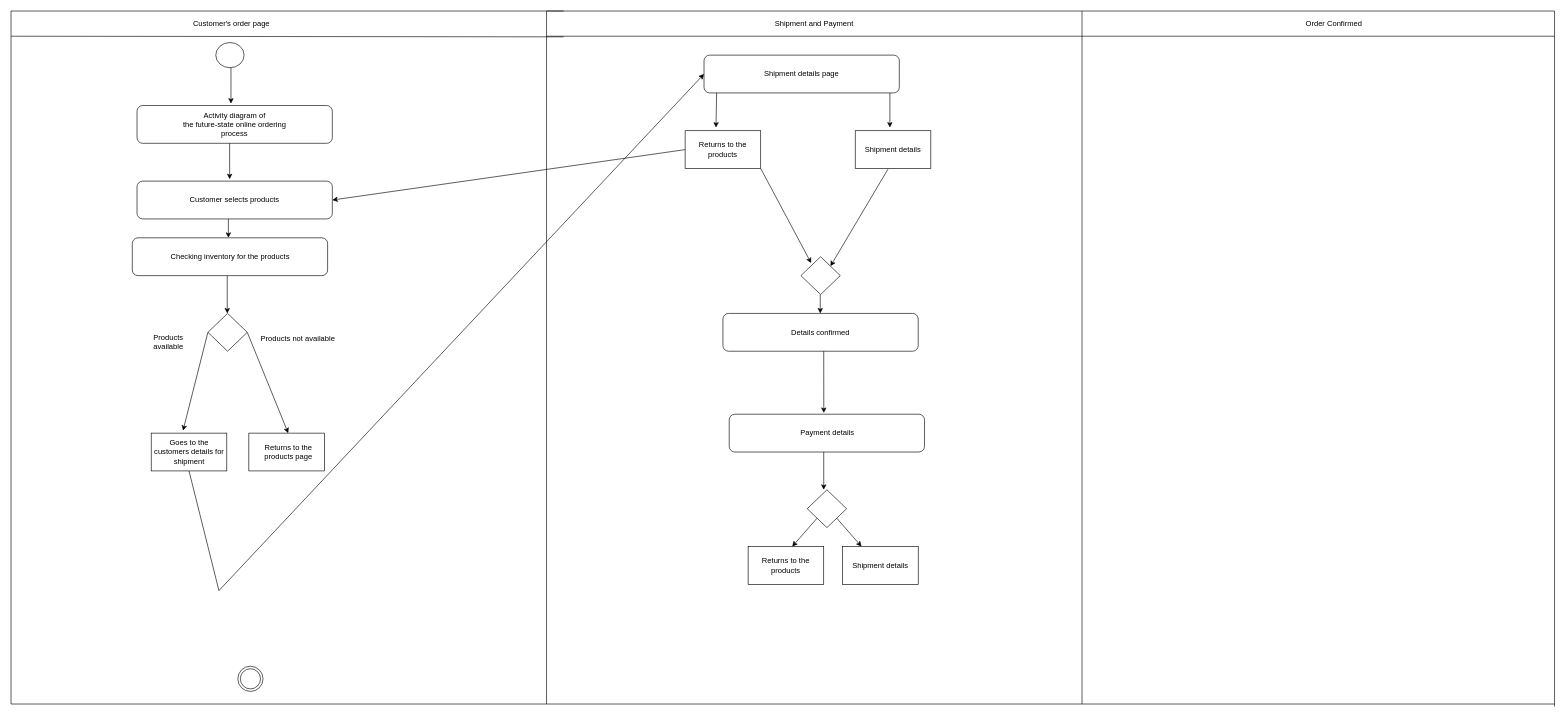
Earlier version of the draw.io diagram Untitled Diagram.drawio (TipperChristopher/.github.io.matahi). Source tidied: cells renumbered, new cells numbered last; positions are measured from the earlier drawing's top-left corner, leaving out a move shared by most shapes. Both pictures are drawn from the tidied source at 63%, with x=0, y=0 at pixel (11, 11).
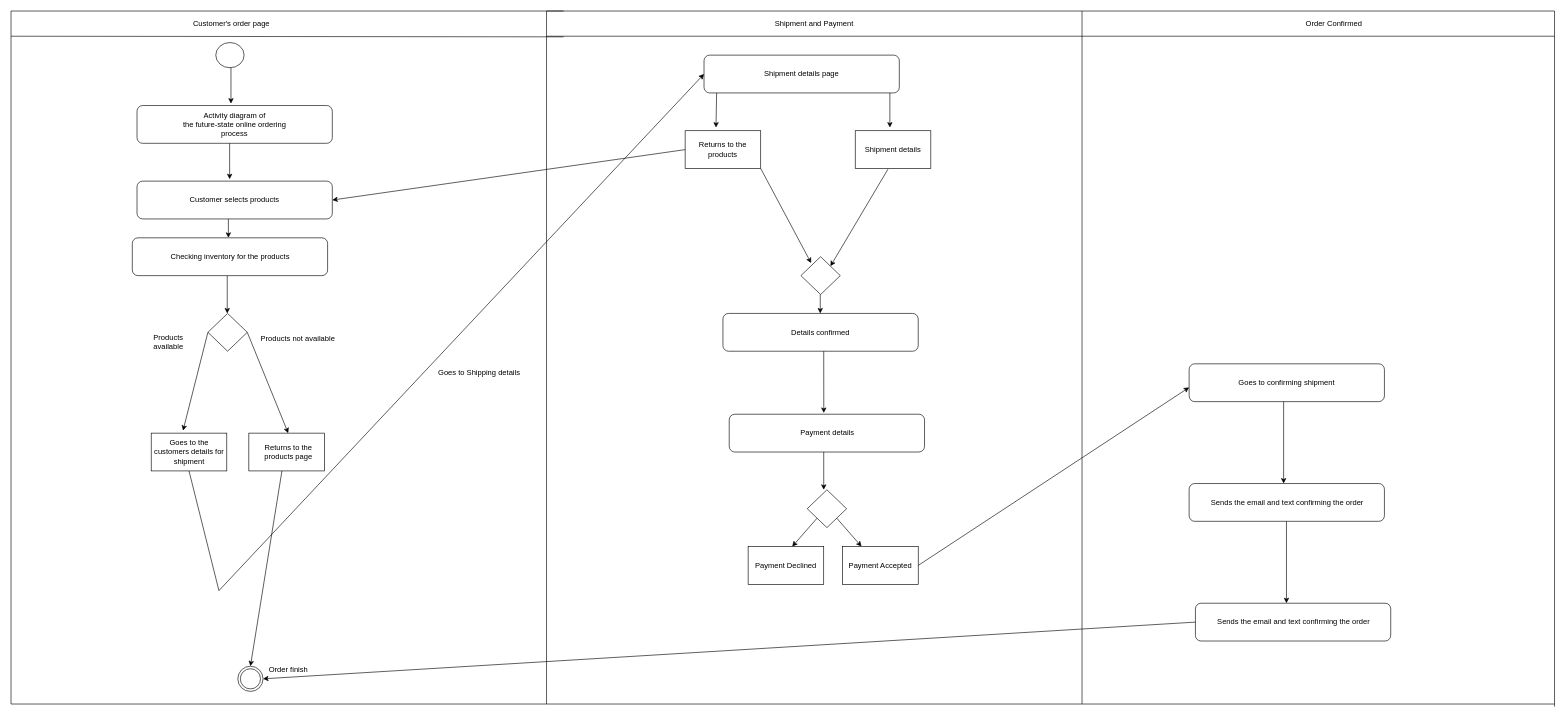
Above is the later version.

Unchanged cells that the change refers to:
```xml
<mxCell id="2" style="ellipse;shape=doubleEllipse;whiteSpace=wrap;html=1;" parent="1" vertex="1">
  <mxGeometry x="360" y="1040" width="40" height="40" as="geometry" />
</mxCell>
```

Diff of the diagram source:
```diff
@@
-    <mxCell id="62" value="Returns to the products" style="text;html=1;strokeColor=none;fillColor=none;align=center;verticalAlign=middle;whiteSpace=wrap;rounded=0;" parent="1" vertex="1">
+    <mxCell id="62" value="Payment Declined" style="text;html=1;strokeColor=none;fillColor=none;align=center;verticalAlign=middle;whiteSpace=wrap;rounded=0;" parent="1" vertex="1">
       <mxGeometry x="1170" y="850" width="120" height="60" as="geometry" />
     </mxCell>
@@
-    <mxCell id="64" value="Shipment details" style="text;html=1;strokeColor=none;fillColor=none;align=center;verticalAlign=middle;whiteSpace=wrap;rounded=0;" parent="1" vertex="1">
+    <mxCell id="64" value="Payment Accepted" style="text;html=1;strokeColor=none;fillColor=none;align=center;verticalAlign=middle;whiteSpace=wrap;rounded=0;" parent="1" vertex="1">
       <mxGeometry x="1320" y="850" width="120" height="60" as="geometry" />
     </mxCell>
@@
+    <mxCell id="66" style="endArrow=classic;html=1;rounded=0;exitX=1;exitY=0.5;exitDx=0;exitDy=0;entryX=0;entryY=0.75;entryDx=0;entryDy=0;" parent="1" edge="1" source="64" target="68">
+      <mxGeometry relative="1" as="geometry" />
+    </mxCell>
+    <mxCell id="67" style="rounded=1;whiteSpace=wrap;html=1;" parent="1" vertex="1">
+      <mxGeometry x="1870" y="560" width="310" height="60" as="geometry" />
+    </mxCell>
+    <mxCell id="68" value="Goes to confirming shipment" style="text;html=1;strokeColor=none;fillColor=none;align=center;verticalAlign=middle;whiteSpace=wrap;rounded=0;" parent="1" vertex="1">
+      <mxGeometry x="1870" y="575" width="310" height="30" as="geometry" />
+    </mxCell>
+    <mxCell id="69" style="endArrow=classic;html=1;rounded=0;" parent="1" edge="1">
+      <mxGeometry relative="1" as="geometry">
+        <mxPoint x="2020" y="620" as="sourcePoint" />
+        <mxPoint x="2020" y="750" as="targetPoint" />
+      </mxGeometry>
+    </mxCell>
+    <mxCell id="70" style="rounded=1;whiteSpace=wrap;html=1;" parent="1" vertex="1">
+      <mxGeometry x="1870" y="750" width="310" height="60" as="geometry" />
+    </mxCell>
+    <mxCell id="71" value="Sends the email and text confirming the order" style="text;html=1;strokeColor=none;fillColor=none;align=center;verticalAlign=middle;whiteSpace=wrap;rounded=0;" parent="1" vertex="1">
+      <mxGeometry x="1871" y="765" width="310" height="30" as="geometry" />
+    </mxCell>
+    <mxCell id="72" style="endArrow=classic;html=1;rounded=0;" parent="1" edge="1">
+      <mxGeometry relative="1" as="geometry">
+        <mxPoint x="2024.5" y="810" as="sourcePoint" />
+        <mxPoint x="2024.5" y="940" as="targetPoint" />
+      </mxGeometry>
+    </mxCell>
+    <mxCell id="73" style="rounded=1;whiteSpace=wrap;html=1;" parent="1" vertex="1">
+      <mxGeometry x="1880" y="940" width="310" height="60" as="geometry" />
+    </mxCell>
+    <mxCell id="74" value="Sends the email and text confirming the order" style="text;html=1;strokeColor=none;fillColor=none;align=center;verticalAlign=middle;whiteSpace=wrap;rounded=0;" parent="1" vertex="1">
+      <mxGeometry x="1881" y="955" width="310" height="30" as="geometry" />
+    </mxCell>
+    <mxCell id="75" style="endArrow=classic;html=1;rounded=0;entryX=1;entryY=0.5;entryDx=0;entryDy=0;exitX=0;exitY=0.5;exitDx=0;exitDy=0;" parent="1" edge="1" source="73" target="2">
+      <mxGeometry relative="1" as="geometry" />
+    </mxCell>
+    <mxCell id="76" style="endArrow=classic;html=1;rounded=0;entryX=0.5;entryY=0;entryDx=0;entryDy=0;" parent="1" edge="1" target="2">
+      <mxGeometry relative="1" as="geometry">
+        <mxPoint x="430" y="730" as="sourcePoint" />
+      </mxGeometry>
+    </mxCell>
+    <mxCell id="77" value="Order finish" style="text;html=1;strokeColor=none;fillColor=none;align=center;verticalAlign=middle;whiteSpace=wrap;rounded=0;" parent="1" vertex="1">
+      <mxGeometry x="377.5" y="1030" width="125" height="30" as="geometry" />
+    </mxCell>
+    <mxCell id="78" value="Goes to Shipping details&amp;nbsp;" style="text;html=1;strokeColor=none;fillColor=none;align=center;verticalAlign=middle;whiteSpace=wrap;rounded=0;" parent="1" vertex="1">
+      <mxGeometry x="660" y="560" width="170" height="30" as="geometry" />
+    </mxCell>
```
